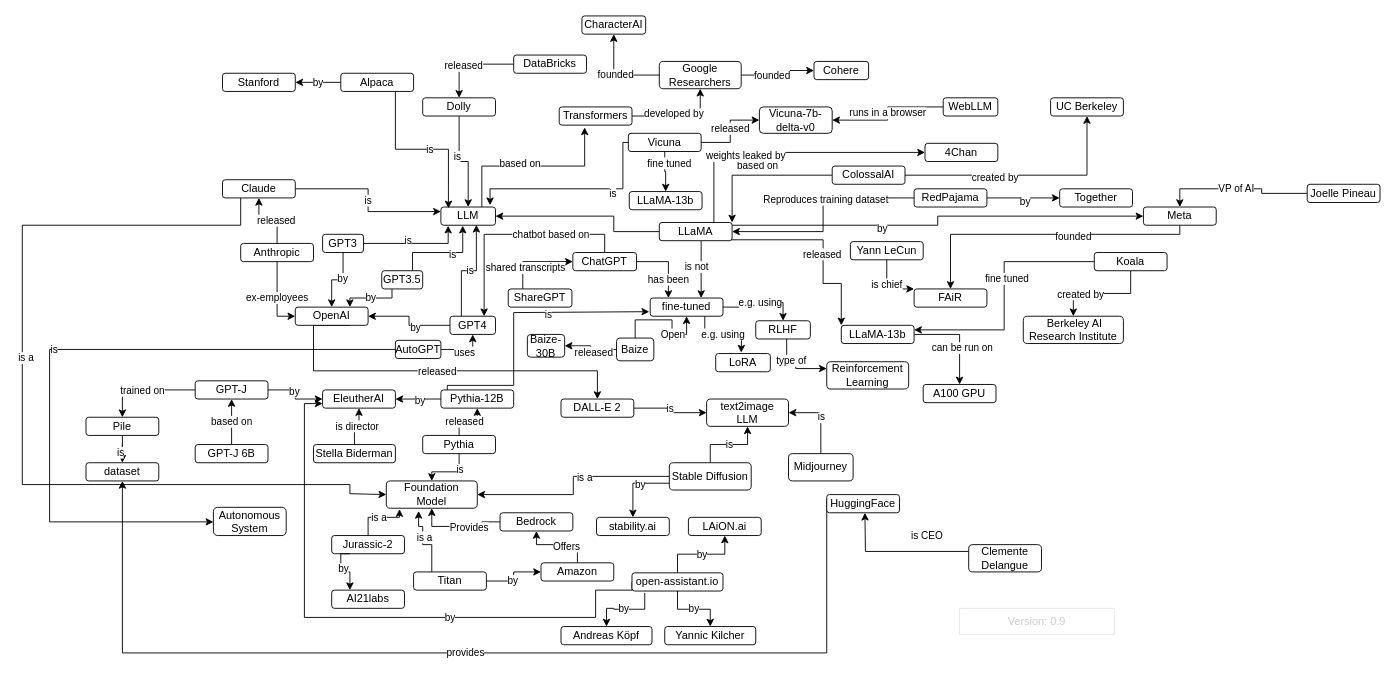
Before: generativeAI.drawio in juananpe/generativeAI, a draw.io diagram. Source tidied: cells renumbered, new cells numbered last; positions are measured from the earlier drawing's top-left corner, leaving out a move shared by most shapes. Both pictures are drawn from the tidied source at 91%, with x=0, y=0 at pixel (22, 15).
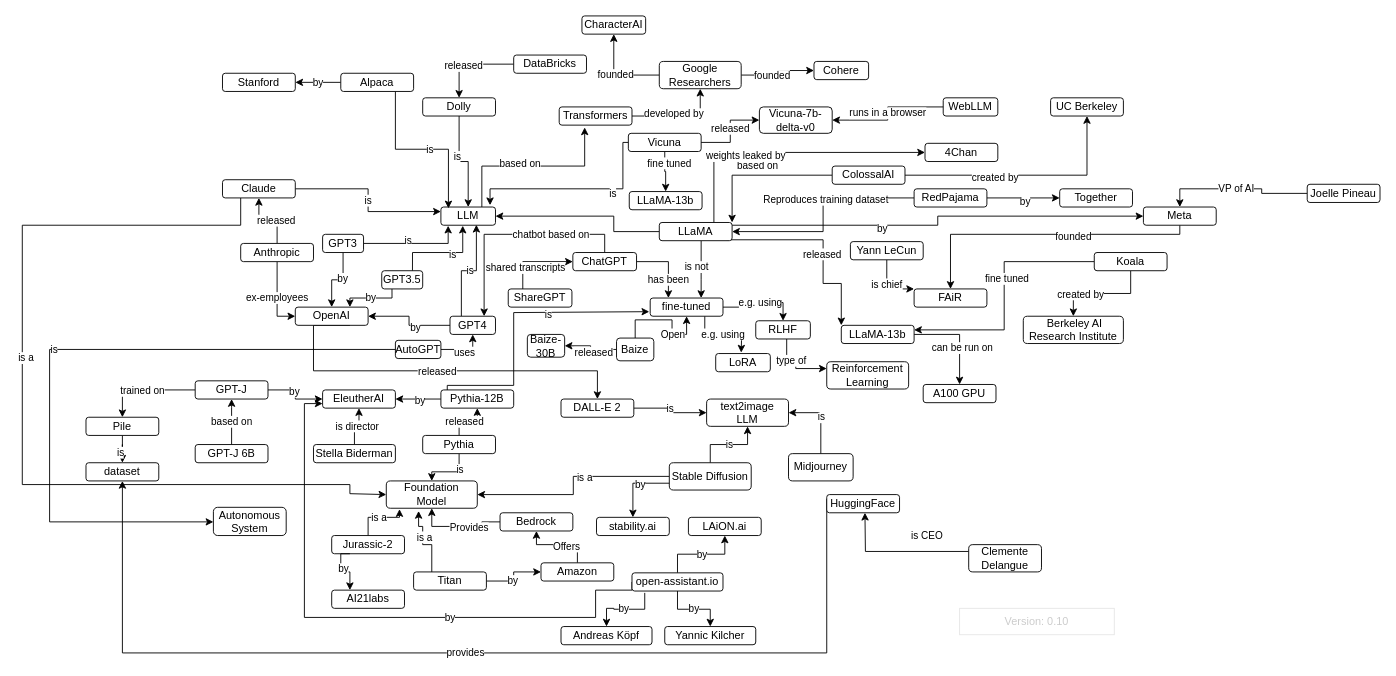
The same diagram, later.

Commit message (it also covers changes not shown here):
docs: sync draw.io exported files

Change to the diagram source:
```diff
@@
-    <object id="174" label="&lt;font color=&quot;#cccccc&quot;&gt;Version: %cmversion%&lt;/font&gt;" cmversion="0.9" placeholders="1">
+    <object id="174" label="&lt;font color=&quot;#cccccc&quot;&gt;Version: %cmversion%&lt;/font&gt;" cmversion="0.10" placeholders="1">
       <mxCell style="rounded=0;whiteSpace=wrap;html=1;strokeColor=#E6E6E6;" parent="1" vertex="1">
         <mxGeometry x="1030" y="651" width="170" height="29" as="geometry" />
       </mxCell>
     </object>
```
